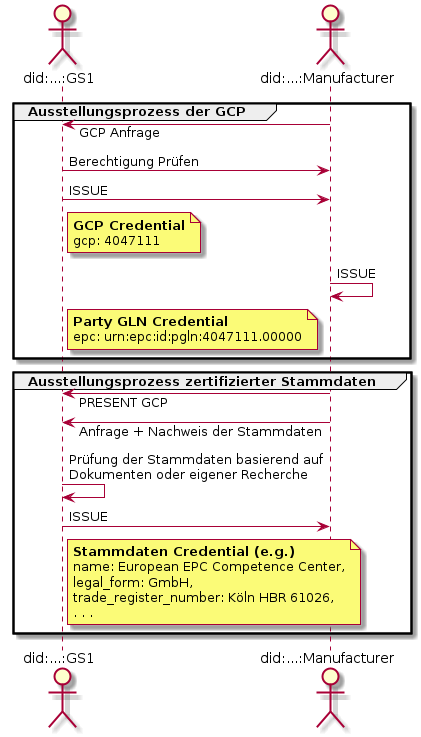
This is pics/certified-gs1-ids-1-GCP.png from gs1-germany-innolab/CertifiedByGS1-I4.0-OnePager, a PlantUML export, as it was before one commit. Source of this version:
```plantuml
@startuml
skinparam responseMessageBelowArrow true

actor "did:...:GS1" as GS1
actor "did:...:Manufacturer" as Manufacturer

group Ausstellungsprozess der GCP
    Manufacturer -> GS1 : GCP Anfrage
    GS1 -> Manufacturer : Berechtigung Prüfen
    GS1 -> Manufacturer : ISSUE
    note right of GS1
        <b>GCP Credential</b>
        gcp: 4047111
    end note
    Manufacturer -> Manufacturer : ISSUE
    note right of GS1
        <b>Party GLN Credential</b>
        epc: urn:epc:id:pgln:4047111.00000
    end note
end

group Ausstellungsprozess zertifizierter Stammdaten
    Manufacturer -> GS1 : PRESENT GCP
    Manufacturer -> GS1 : Anfrage + Nachweis der Stammdaten
    GS1 -> GS1: Prüfung der Stammdaten basierend auf\nDokumenten oder eigener Recherche

    GS1 -> Manufacturer : ISSUE
    note right of GS1
        <b>Stammdaten Credential (e.g.)</b>
        name: European EPC Competence Center,
        legal_form: GmbH,
        trade_register_number: Köln HBR 61026,
        . . .
    end note
end
@enduml
```
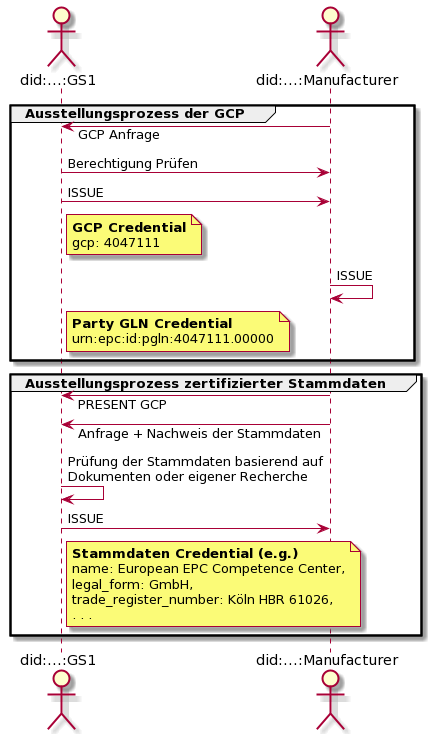
Above is the later version.

What changed in the source:
```diff
@@ -15,7 +15,7 @@
     Manufacturer -> Manufacturer : ISSUE
     note right of GS1
         <b>Party GLN Credential</b>
-        epc: urn:epc:id:pgln:4047111.00000
+        urn:epc:id:pgln:4047111.00000
     end note
 end
 
```
